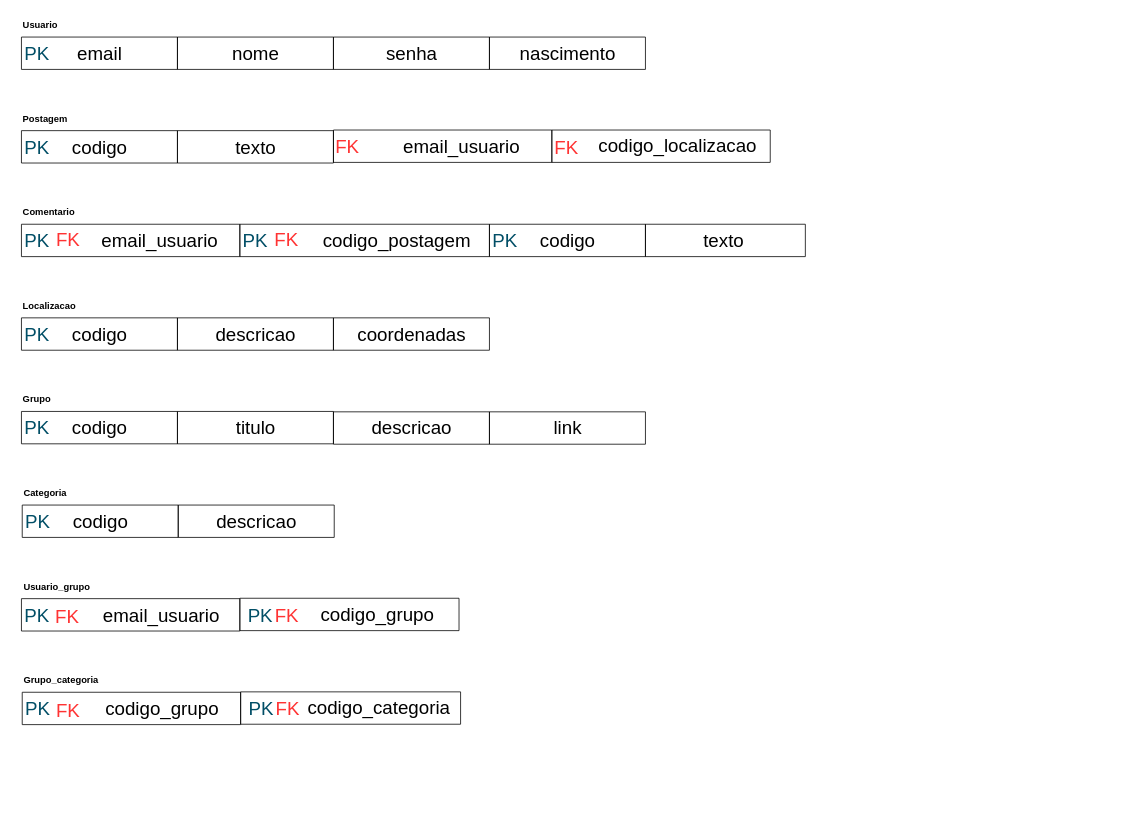
Above: Cópia do LEOBDATV6-2.drawio in Konitch/Diagram (draw.io), before the change. Source tidied: cells renumbered, new cells numbered last; positions are measured from the earlier drawing's top-left corner, leaving out a move shared by most shapes. Both pictures are drawn from the tidied source at 78%, with x=0, y=0 at pixel (13, 13).
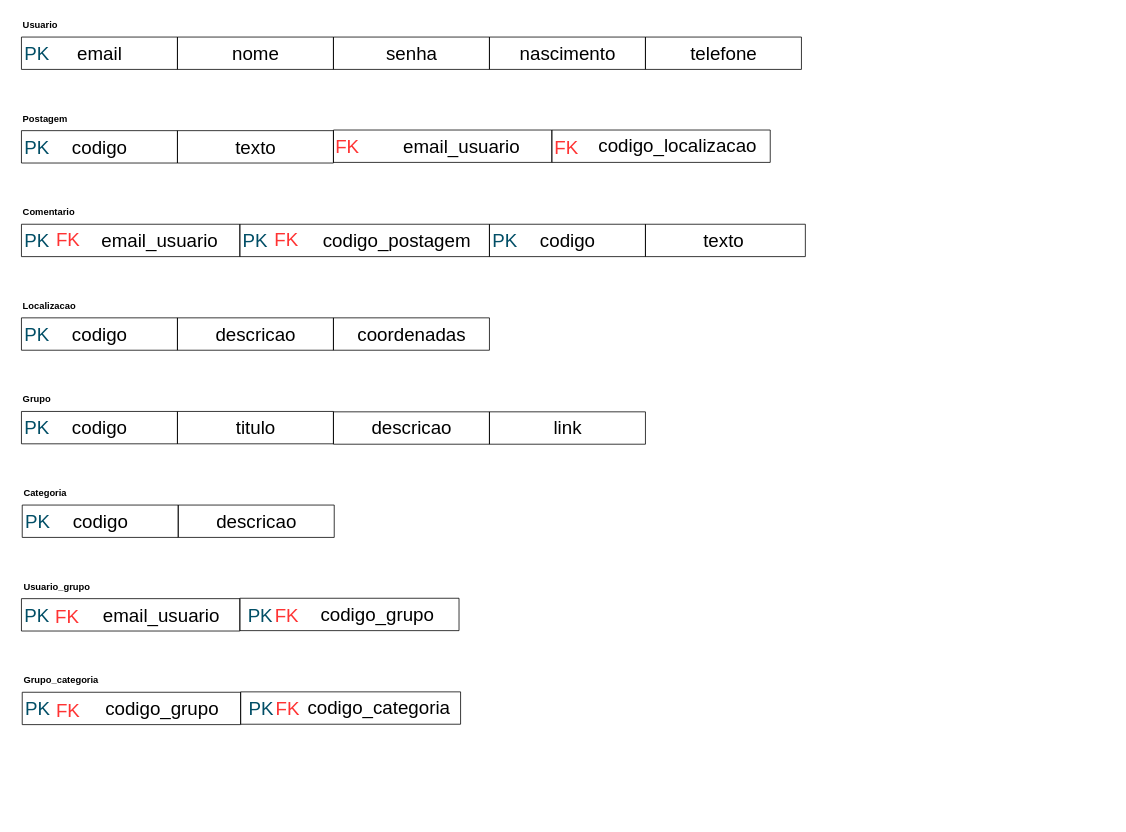
After the change.

Diff of the diagram source:
```diff
@@
+    <mxCell id="125" style="group;" parent="1" vertex="1">
+      <mxGeometry x="810" y="30" width="200" height="43" as="geometry" />
+    </mxCell>
+    <mxCell id="126" style="swimlane;startSize=0;" parent="125" vertex="1">
+      <mxGeometry width="200" height="41.5" as="geometry" />
+    </mxCell>
+    <mxCell id="127" value="&lt;span style=&quot;font-size: 24px;&quot;&gt;telefone&lt;/span&gt;" style="text;html=1;align=center;verticalAlign=middle;strokeColor=none;fillColor=none;" parent="126" vertex="1">
+      <mxGeometry x="45" y="1.5" width="110" height="40" as="geometry" />
+    </mxCell>
```
